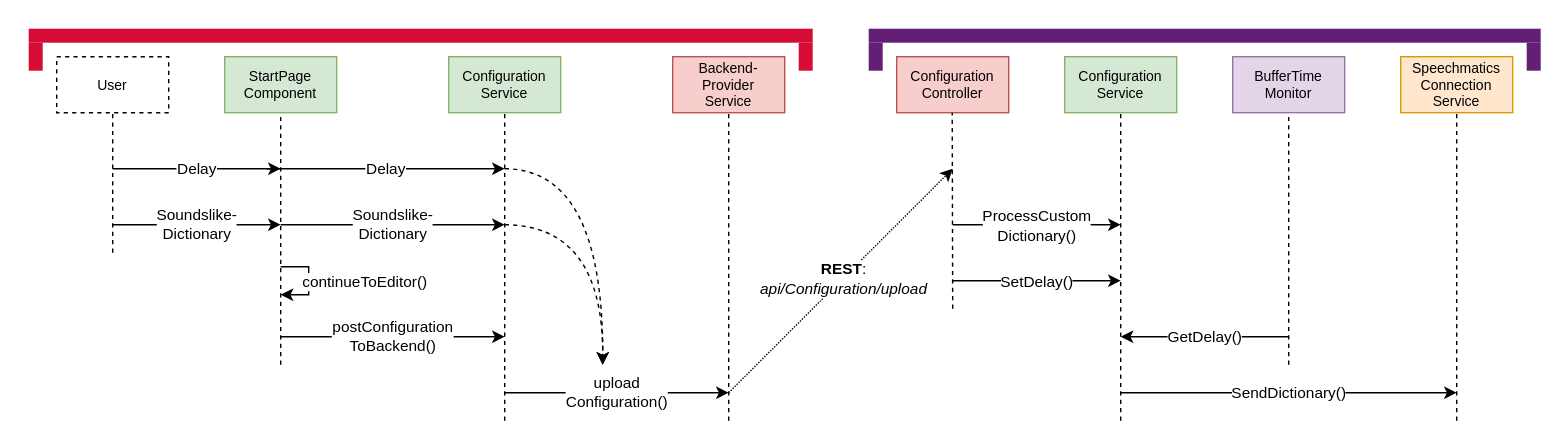
Earlier version of the draw.io export TechnicalDocumentation/arc42/img/Prozess_Konfiguration.drawio.svg (Subletic/Documentation). Source tidied: cells renumbered, new cells last; positions are measured from the earlier drawing's top-left corner, leaving out a move shared by most shapes.
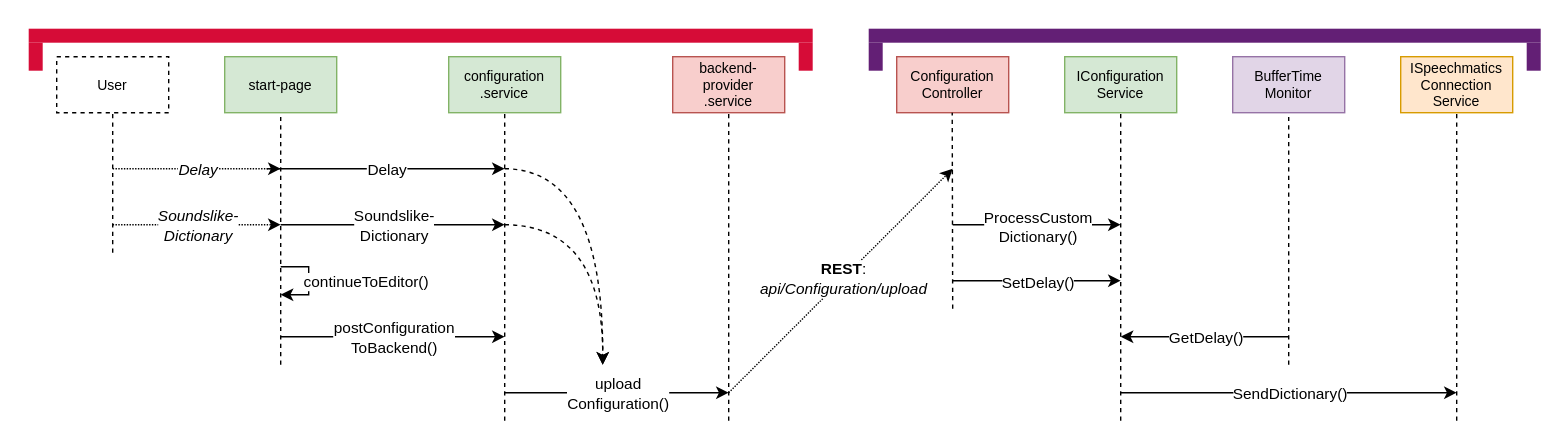
Later version of the same file.

Change to the diagram source:
```diff
@@ -16,7 +16,7 @@
         <mxPoint x="80" y="180" as="sourcePoint" />
       </mxGeometry>
     </mxCell>
-    <mxCell id="6" value="StartPage&lt;br&gt;Component" style="rounded=0;whiteSpace=wrap;html=1;fillColor=#d5e8d4;fontSize=10;strokeColor=#82b366;" parent="1" vertex="1">
+    <mxCell id="6" value="start-page" style="rounded=0;whiteSpace=wrap;html=1;fillColor=#d5e8d4;fontSize=10;strokeColor=#82b366;" parent="1" vertex="1">
       <mxGeometry x="160" y="40" width="80" height="40" as="geometry" />
     </mxCell>
     <mxCell id="7" style="endArrow=none;html=1;rounded=0;entryX=0.5;entryY=1;entryDx=0;entryDy=0;dashed=1;" parent="1" edge="1" target="6">
@@ -24,27 +24,27 @@
         <mxPoint x="200" y="260" as="sourcePoint" />
       </mxGeometry>
     </mxCell>
-    <mxCell id="8" style="endArrow=classic;html=1;rounded=0;" parent="1" edge="1">
+    <mxCell id="8" style="endArrow=classic;html=1;rounded=0;dashed=1;dashPattern=1 1;" parent="1" edge="1">
       <mxGeometry relative="1" as="geometry">
         <mxPoint x="80" y="120" as="sourcePoint" />
         <mxPoint x="200" y="120" as="targetPoint" />
       </mxGeometry>
     </mxCell>
-    <mxCell id="9" value="Delay" style="edgeLabel;html=1;align=center;verticalAlign=middle;" parent="8" vertex="1">
+    <mxCell id="9" value="&lt;i&gt;Delay&lt;/i&gt;" style="edgeLabel;html=1;align=center;verticalAlign=middle;" parent="8" vertex="1">
       <mxGeometry relative="1" as="geometry" />
     </mxCell>
-    <mxCell id="10" style="endArrow=classic;html=1;rounded=0;" parent="1" edge="1">
+    <mxCell id="10" style="endArrow=classic;html=1;rounded=0;dashed=1;dashPattern=1 1;" parent="1" edge="1">
       <mxGeometry relative="1" as="geometry">
         <mxPoint x="80" y="160" as="sourcePoint" />
         <mxPoint x="200" y="160" as="targetPoint" />
       </mxGeometry>
     </mxCell>
-    <mxCell id="11" value="Soundslike-&lt;br&gt;Dictionary" style="edgeLabel;html=1;align=center;verticalAlign=middle;" parent="10" vertex="1">
+    <mxCell id="11" value="&lt;i&gt;Soundslike-&lt;br&gt;Dictionary&lt;/i&gt;" style="edgeLabel;html=1;align=center;verticalAlign=middle;" parent="10" vertex="1">
       <mxGeometry x="0.03" y="-2" relative="1" as="geometry">
         <mxPoint x="-2" y="-2" as="offset" />
       </mxGeometry>
     </mxCell>
-    <mxCell id="12" value="Configuration&lt;br&gt;Service" style="rounded=0;whiteSpace=wrap;html=1;fillColor=#d5e8d4;fontSize=10;strokeColor=#82b366;" parent="1" vertex="1">
+    <mxCell id="12" value="configuration&lt;br&gt;.service" style="rounded=0;whiteSpace=wrap;html=1;fillColor=#d5e8d4;fontSize=10;strokeColor=#82b366;" parent="1" vertex="1">
       <mxGeometry x="320" y="40" width="80" height="40" as="geometry" />
     </mxCell>
     <mxCell id="13" style="endArrow=none;html=1;rounded=0;entryX=0.5;entryY=1;entryDx=0;entryDy=0;dashed=1;" parent="1" edge="1" target="12">
@@ -61,7 +61,7 @@
     <mxCell id="15" value="postConfiguration&lt;br&gt;ToBackend()" style="edgeLabel;html=1;align=center;verticalAlign=middle;" parent="14" vertex="1">
       <mxGeometry relative="1" as="geometry" />
     </mxCell>
-    <mxCell id="16" value="Backend-&lt;br style=&quot;font-size: 10px;&quot;&gt;Provider&lt;br style=&quot;font-size: 10px;&quot;&gt;Service" style="rounded=0;whiteSpace=wrap;html=1;fillColor=#f8cecc;fontSize=10;strokeColor=#b85450;" parent="1" vertex="1">
+    <mxCell id="16" value="backend-&lt;br style=&quot;font-size: 10px;&quot;&gt;provider&lt;br style=&quot;font-size: 10px;&quot;&gt;.service" style="rounded=0;whiteSpace=wrap;html=1;fillColor=#f8cecc;fontSize=10;strokeColor=#b85450;" parent="1" vertex="1">
       <mxGeometry x="480" y="40" width="80" height="40" as="geometry" />
     </mxCell>
     <mxCell id="17" style="endArrow=classic;html=1;rounded=0;" parent="1" edge="1">
@@ -162,7 +162,7 @@
         <mxPoint x="-3" as="offset" />
       </mxGeometry>
     </mxCell>
-    <mxCell id="39" value="Configuration&lt;br&gt;Service" style="rounded=0;whiteSpace=wrap;html=1;fillColor=#d5e8d4;fontSize=10;strokeColor=#82b366;" parent="1" vertex="1">
+    <mxCell id="39" value="IConfiguration&lt;br&gt;Service" style="rounded=0;whiteSpace=wrap;html=1;fillColor=#d5e8d4;fontSize=10;strokeColor=#82b366;" parent="1" vertex="1">
       <mxGeometry x="760" y="40" width="80" height="40" as="geometry" />
     </mxCell>
     <mxCell id="40" style="endArrow=none;html=1;rounded=0;dashed=1;" parent="1" edge="1" target="39">
@@ -192,7 +192,7 @@
         <mxPoint x="-13" y="-2" as="offset" />
       </mxGeometry>
     </mxCell>
-    <mxCell id="45" value="Speechmatics&lt;br&gt;Connection&lt;br&gt;Service " style="rounded=0;whiteSpace=wrap;html=1;fillColor=#ffe6cc;fontSize=10;strokeColor=#d79b00;" parent="1" vertex="1">
+    <mxCell id="45" value="ISpeechmatics&lt;br&gt;Connection&lt;br&gt;Service " style="rounded=0;whiteSpace=wrap;html=1;fillColor=#ffe6cc;fontSize=10;strokeColor=#d79b00;" parent="1" vertex="1">
       <mxGeometry x="1000" y="40" width="80" height="40" as="geometry" />
     </mxCell>
     <mxCell id="46" style="endArrow=none;html=1;rounded=0;dashed=1;entryX=0.5;entryY=1;entryDx=0;entryDy=0;" parent="1" edge="1" target="45">
```
